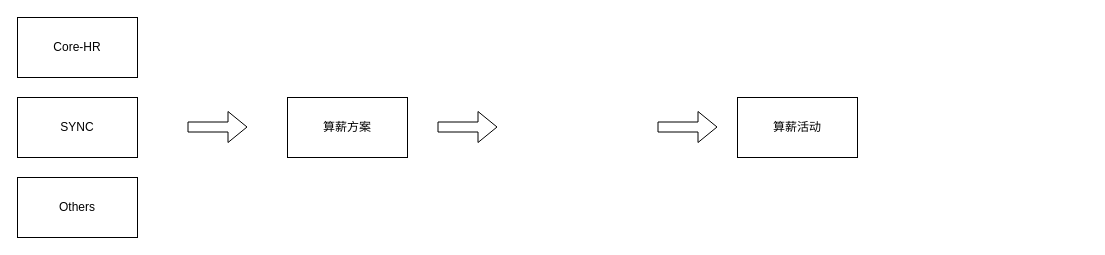
Above: Untitled Diagram.drawio in rexlin600/diagrams (draw.io), before the change. Source tidied: cells renumbered, new cells numbered last; positions are measured from the earlier drawing's top-left corner, leaving out a move shared by most shapes. Both pictures are drawn from the tidied source at 100%, with x=0, y=0 at pixel (17, 17).
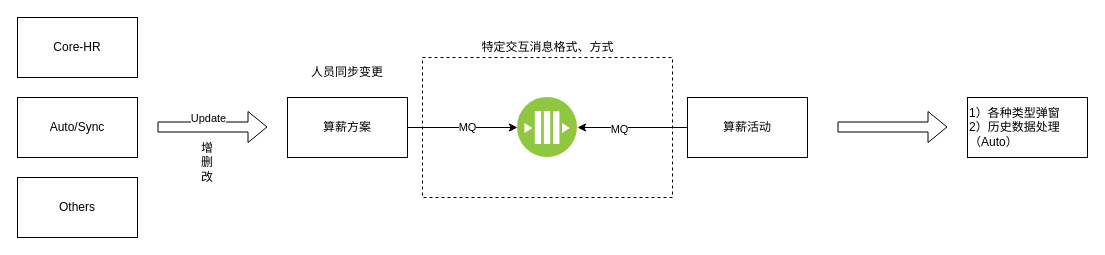
After the change.

Unchanged cells that the change refers to:
```xml
<mxCell id="3" value="算薪方案" style="rounded=0;whiteSpace=wrap;html=1;" parent="1" vertex="1">
  <mxGeometry x="270" y="80" width="120" height="60" as="geometry" />
</mxCell>
```

Diff of the diagram source:
```diff
@@
+    <mxCell id="10" style="rounded=0;whiteSpace=wrap;html=1;dashed=1;" parent="1" vertex="1">
+      <mxGeometry x="405" y="40" width="250" height="140" as="geometry" />
+    </mxCell>
@@
+    <mxCell id="11" style="edgeStyle=orthogonalEdgeStyle;rounded=0;jettySize=auto;html=1;entryX=0;entryY=0.5;entryDx=0;entryDy=0;exitX=1;exitY=0.5;exitDx=0;exitDy=0;" parent="1" edge="1" source="3" target="17">
+      <mxGeometry relative="1" as="geometry" />
+    </mxCell>
+    <mxCell id="12" value="MQ" style="edgeLabel;html=1;align=center;verticalAlign=middle;" parent="11" vertex="1">
+      <mxGeometry x="0.08" y="1" relative="1" as="geometry" />
+    </mxCell>
@@
-    <mxCell id="4" value="SYNC" style="rounded=0;whiteSpace=wrap;html=1;" parent="1" vertex="1">
+    <mxCell id="4" value="Auto/Sync" style="rounded=0;whiteSpace=wrap;html=1;" parent="1" vertex="1">
       <mxGeometry y="80" width="120" height="60" as="geometry" />
     </mxCell>
+    <mxCell id="13" style="edgeStyle=orthogonalEdgeStyle;rounded=0;jettySize=auto;html=1;entryX=1;entryY=0.5;entryDx=0;entryDy=0;exitX=0;exitY=0.5;exitDx=0;exitDy=0;" parent="1" edge="1" source="5" target="17">
+      <mxGeometry relative="1" as="geometry" />
+    </mxCell>
+    <mxCell id="14" value="MQ" style="edgeLabel;html=1;align=center;verticalAlign=middle;" parent="13" vertex="1">
+      <mxGeometry x="0.25" y="1" relative="1" as="geometry" />
+    </mxCell>
     <mxCell id="5" value="算薪活动" style="rounded=0;whiteSpace=wrap;html=1;" parent="1" vertex="1">
-      <mxGeometry x="720" y="80" width="120" height="60" as="geometry" />
+      <mxGeometry x="670" y="80" width="120" height="60" as="geometry" />
     </mxCell>
-    <mxCell id="6" style="shape=flexArrow;endArrow=classic;html=1;rounded=0;" parent="1" edge="1">
-      <mxGeometry relative="1" as="geometry">
-        <mxPoint x="420" y="109.5" as="sourcePoint" />
-        <mxPoint x="480" y="109.5" as="targetPoint" />
-      </mxGeometry>
-    </mxCell>
-    <mxCell id="7" style="shape=flexArrow;endArrow=classic;html=1;rounded=0;" parent="1" edge="1">
-      <mxGeometry relative="1" as="geometry">
-        <mxPoint x="640" y="109.5" as="sourcePoint" />
-        <mxPoint x="700" y="109.5" as="targetPoint" />
-      </mxGeometry>
-    </mxCell>
@@
     <mxCell id="9" style="shape=flexArrow;endArrow=classic;html=1;rounded=0;" parent="1" edge="1">
       <mxGeometry relative="1" as="geometry">
-        <mxPoint x="170" y="109.5" as="sourcePoint" />
-        <mxPoint x="230" y="109.5" as="targetPoint" />
+        <mxPoint x="140" y="109.5" as="sourcePoint" />
+        <mxPoint x="250" y="109.5" as="targetPoint" />
       </mxGeometry>
     </mxCell>
+    <mxCell id="15" value="Update" style="edgeLabel;html=1;align=center;verticalAlign=middle;" parent="9" vertex="1">
+      <mxGeometry x="0.44" relative="1" as="geometry">
+        <mxPoint x="-29" y="-9" as="offset" />
+      </mxGeometry>
+    </mxCell>
+    <mxCell id="16" value="增&lt;br&gt;删&lt;br&gt;改" style="text;html=1;strokeColor=none;fillColor=none;align=center;verticalAlign=middle;whiteSpace=wrap;rounded=0;" parent="1" vertex="1">
+      <mxGeometry x="160" y="130" width="60" height="30" as="geometry" />
+    </mxCell>
+    <mxCell id="17" style="perimeter=ellipsePerimeter;html=1;align=center;shadow=0;dashed=0;fontColor=#4277BB;labelBackgroundColor=#ffffff;fontSize=12;spacingTop=3;image;image=img/lib/ibm/blockchain/message_bus.svg;" parent="1" vertex="1">
+      <mxGeometry x="500" y="80" width="60" height="60" as="geometry" />
+    </mxCell>
+    <mxCell id="18" style="shape=flexArrow;endArrow=classic;html=1;rounded=0;" parent="1" edge="1">
+      <mxGeometry relative="1" as="geometry">
+        <mxPoint x="820" y="109.5" as="sourcePoint" />
+        <mxPoint x="930" y="109.5" as="targetPoint" />
+      </mxGeometry>
+    </mxCell>
+    <mxCell id="19" value="1）各种类型弹窗&lt;br&gt;2）历史数据处理（Auto）" style="rounded=0;whiteSpace=wrap;html=1;align=left;" parent="1" vertex="1">
+      <mxGeometry x="950" y="80" width="120" height="60" as="geometry" />
+    </mxCell>
+    <mxCell id="20" value="人员同步变更" style="text;html=1;strokeColor=none;fillColor=none;align=center;verticalAlign=middle;whiteSpace=wrap;rounded=0;" parent="1" vertex="1">
+      <mxGeometry x="270" y="40" width="120" height="30" as="geometry" />
+    </mxCell>
+    <mxCell id="21" value="特定交互消息格式、方式" style="text;html=1;align=center;verticalAlign=middle;strokeColor=none;fillColor=none;" parent="1" vertex="1">
+      <mxGeometry x="455" y="20" width="150" height="20" as="geometry" />
+    </mxCell>
```
